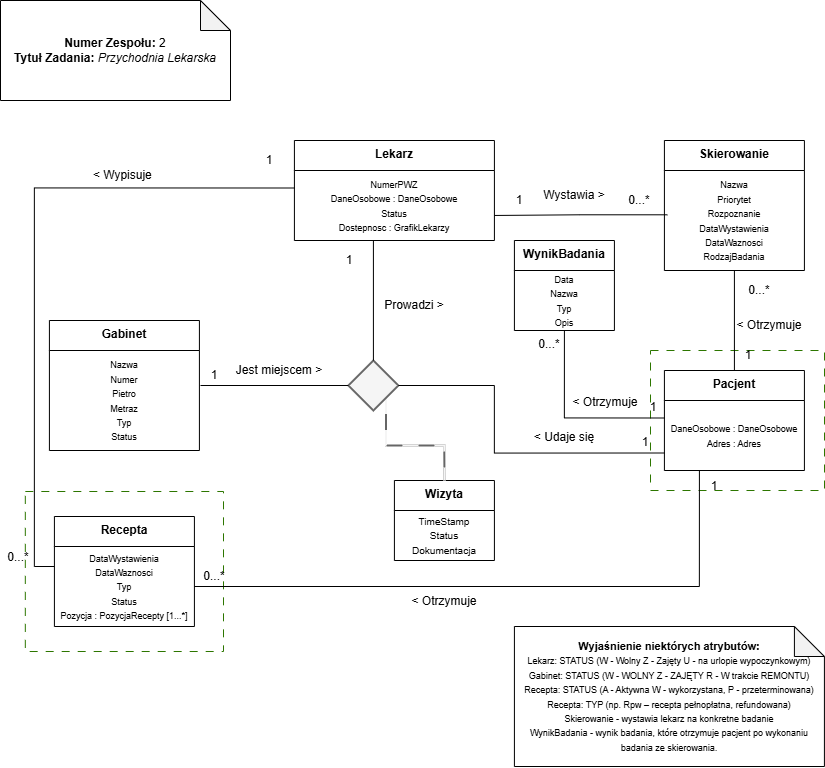
BZaborowski232/MOM_ProjectIII keeps this draw.io diagram as MODA - ETAP2; Koncepcyjny_PoprawkiPoUwagachSzefa .drawio.png. Above is the earlier version. Source tidied: cells renumbered, new cells last; positions are measured from the earlier drawing's top-left corner, leaving out a move shared by most shapes.
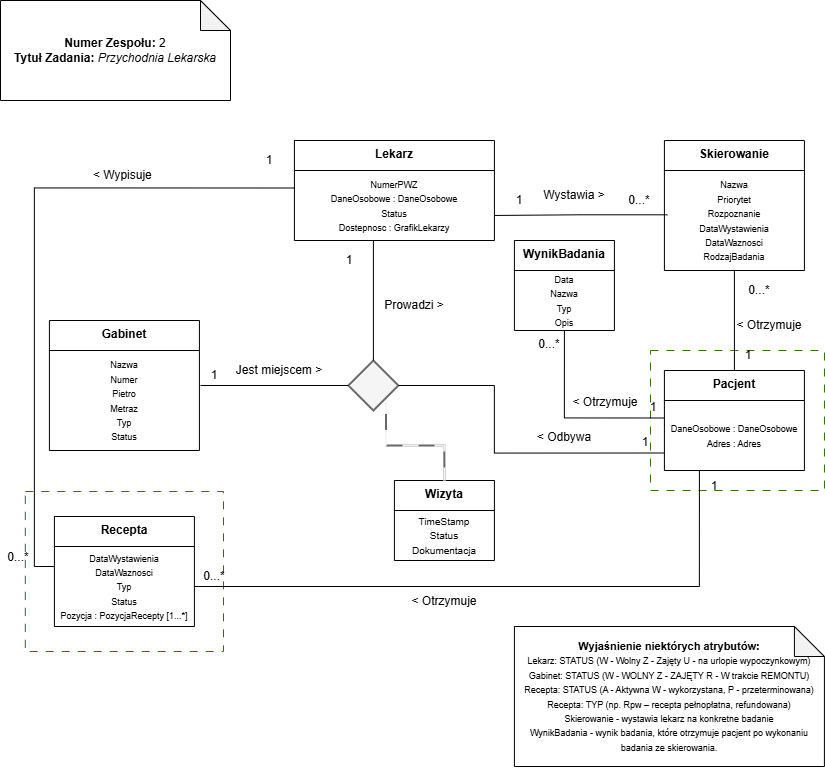
After the change.

The edit, as a diff of the source:
```diff
@@ -142,7 +142,7 @@
     <mxCell id="44" value="&amp;lt; Otrzymuje" style="text;html=1;whiteSpace=wrap;strokeColor=none;fillColor=none;align=center;verticalAlign=middle;rounded=0;" parent="1" vertex="1">
       <mxGeometry x="570" y="387" width="70" height="30" as="geometry" />
     </mxCell>
-    <mxCell id="45" value="&amp;lt; Udaje się" style="text;html=1;whiteSpace=wrap;strokeColor=none;fillColor=none;align=center;verticalAlign=middle;rounded=0;" parent="1" vertex="1">
+    <mxCell id="45" value="&amp;lt; Odbywa" style="text;html=1;whiteSpace=wrap;strokeColor=none;fillColor=none;align=center;verticalAlign=middle;rounded=0;" parent="1" vertex="1">
       <mxGeometry x="528.9" y="422" width="70" height="30" as="geometry" />
     </mxCell>
     <mxCell id="46" value="&amp;lt; Otrzymuje" style="text;html=1;whiteSpace=wrap;strokeColor=none;fillColor=none;align=center;verticalAlign=middle;rounded=0;" parent="1" vertex="1">
```
